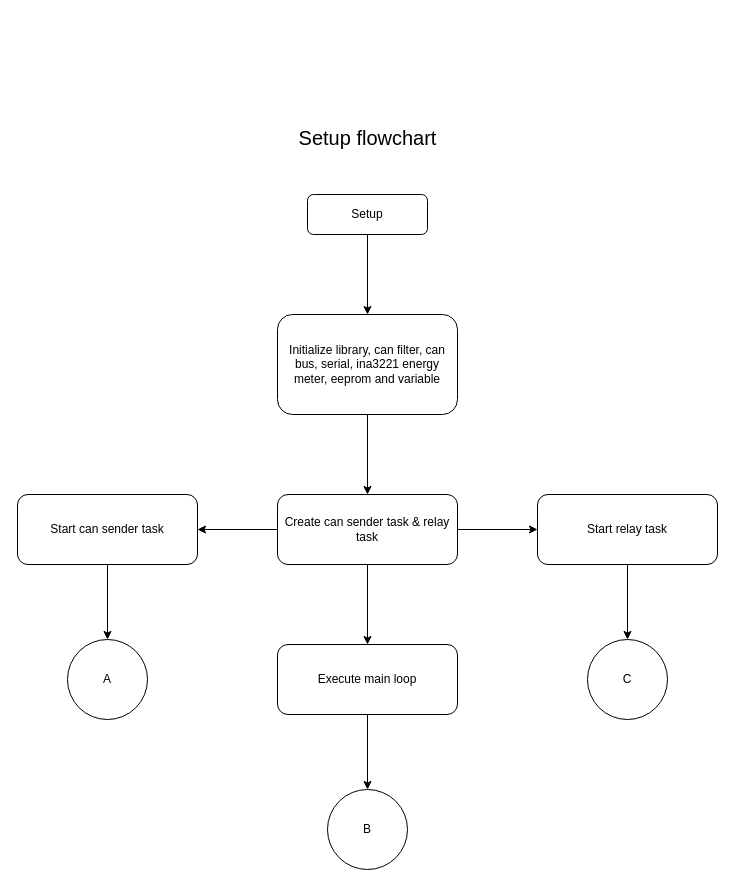
Before: Setup flowchart.drawio in thomsardi/stm32-lvd, a draw.io diagram. Source tidied: cells renumbered, new cells numbered last; positions are measured from the earlier drawing's top-left corner, leaving out a move shared by most shapes. Both pictures are drawn from the tidied source at 100%, with x=0, y=0 at pixel (17, 117).
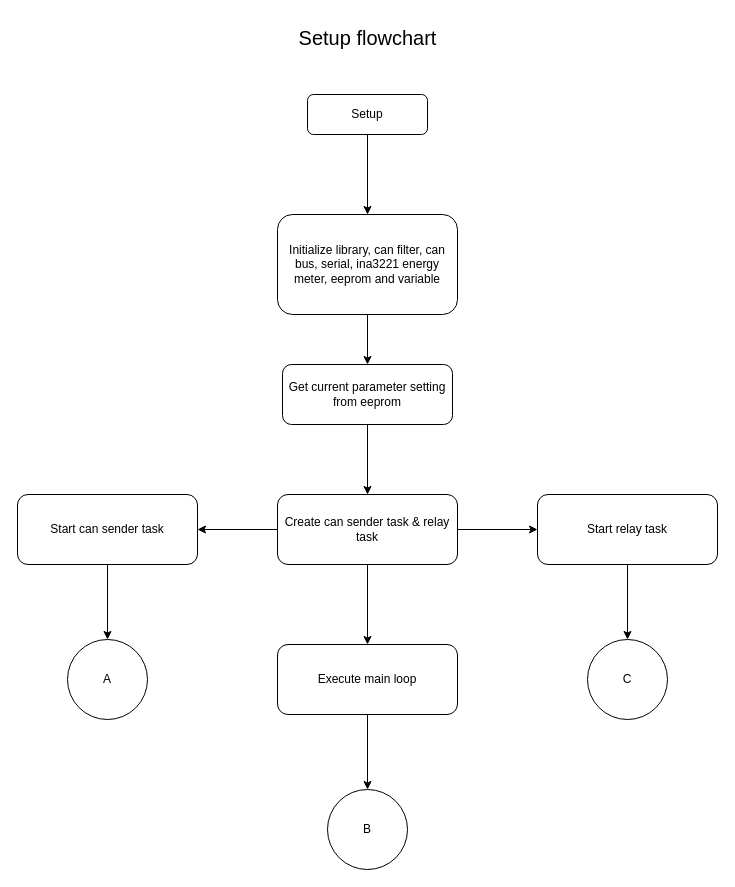
Above is the later version.

Unchanged cells that the change refers to:
```xml
<mxCell id="9" value="Create can sender task &amp;amp; relay task" style="rounded=1;whiteSpace=wrap;html=1;fontSize=12;glass=0;strokeWidth=1;shadow=0;" parent="1" vertex="1">
  <mxGeometry x="260" y="377" width="180" height="70" as="geometry" />
</mxCell>
```

Diff of the diagram source:
```diff
@@
     <mxCell id="3" value="Setup" style="rounded=1;whiteSpace=wrap;html=1;fontSize=12;glass=0;strokeWidth=1;shadow=0;" parent="1" vertex="1">
-      <mxGeometry x="290" y="77" width="120" height="40" as="geometry" />
+      <mxGeometry x="290" y="-23" width="120" height="40" as="geometry" />
     </mxCell>
-    <mxCell id="4" style="edgeStyle=orthogonalEdgeStyle;rounded=0;jettySize=auto;html=1;" parent="1" edge="1" source="5" target="9">
-      <mxGeometry relative="1" as="geometry" />
-    </mxCell>
+    <mxCell id="20" style="edgeStyle=orthogonalEdgeStyle;rounded=0;jettySize=auto;html=1;" parent="1" edge="1" source="5" target="22">
+      <mxGeometry relative="1" as="geometry" />
+    </mxCell>
     <mxCell id="5" value="Initialize library, can filter, can bus, serial, ina3221 energy meter, eeprom and variable" style="rounded=1;whiteSpace=wrap;html=1;fontSize=12;glass=0;strokeWidth=1;shadow=0;" parent="1" vertex="1">
-      <mxGeometry x="260" y="197" width="180" height="100" as="geometry" />
+      <mxGeometry x="260" y="97" width="180" height="100" as="geometry" />
     </mxCell>
@@
     <mxCell id="10" value="&lt;font style=&quot;font-size: 20px;&quot;&gt;Setup flowchart&lt;/font&gt;" style="text;html=1;align=center;verticalAlign=middle;strokeColor=none;fillColor=none;" parent="1" vertex="1">
-      <mxGeometry x="270" width="160" height="40" as="geometry" />
+      <mxGeometry x="270" y="-100" width="160" height="40" as="geometry" />
     </mxCell>
@@
+    <mxCell id="21" style="edgeStyle=orthogonalEdgeStyle;rounded=0;jettySize=auto;html=1;" parent="1" edge="1" source="22" target="9">
+      <mxGeometry relative="1" as="geometry" />
+    </mxCell>
+    <mxCell id="22" value="Get current parameter setting from eeprom" style="whiteSpace=wrap;html=1;rounded=1;glass=0;strokeWidth=1;shadow=0;" parent="1" vertex="1">
+      <mxGeometry x="265" y="247" width="170" height="60" as="geometry" />
+    </mxCell>
```
